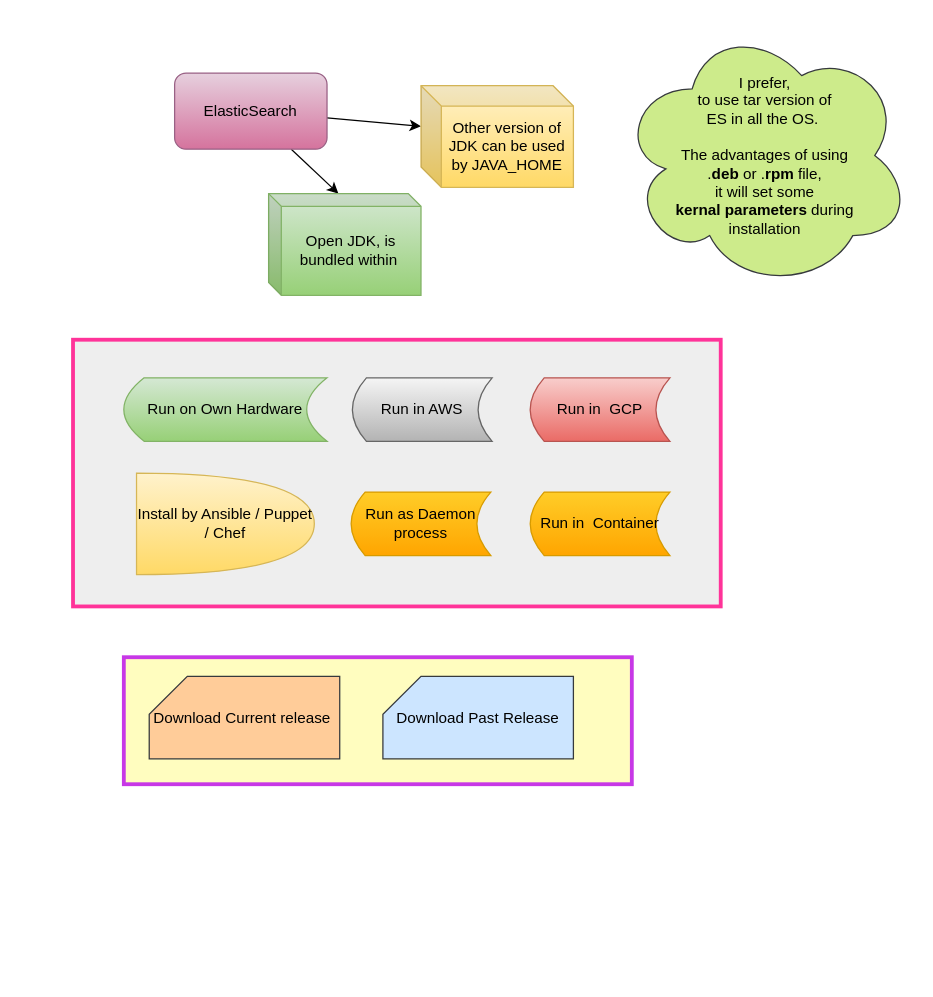
Above: page "SET up" (1 of 12) of My Articles/elastic stack/ElasticSearch Administration.drawio in paramothers/books (draw.io), before the change. Source tidied: cells renumbered, new cells numbered last; positions are measured from the earlier drawing's top-left corner, leaving out a move shared by most shapes. Both pictures are drawn from the tidied source at 127%, with x=0, y=0 at pixel (72, 22).
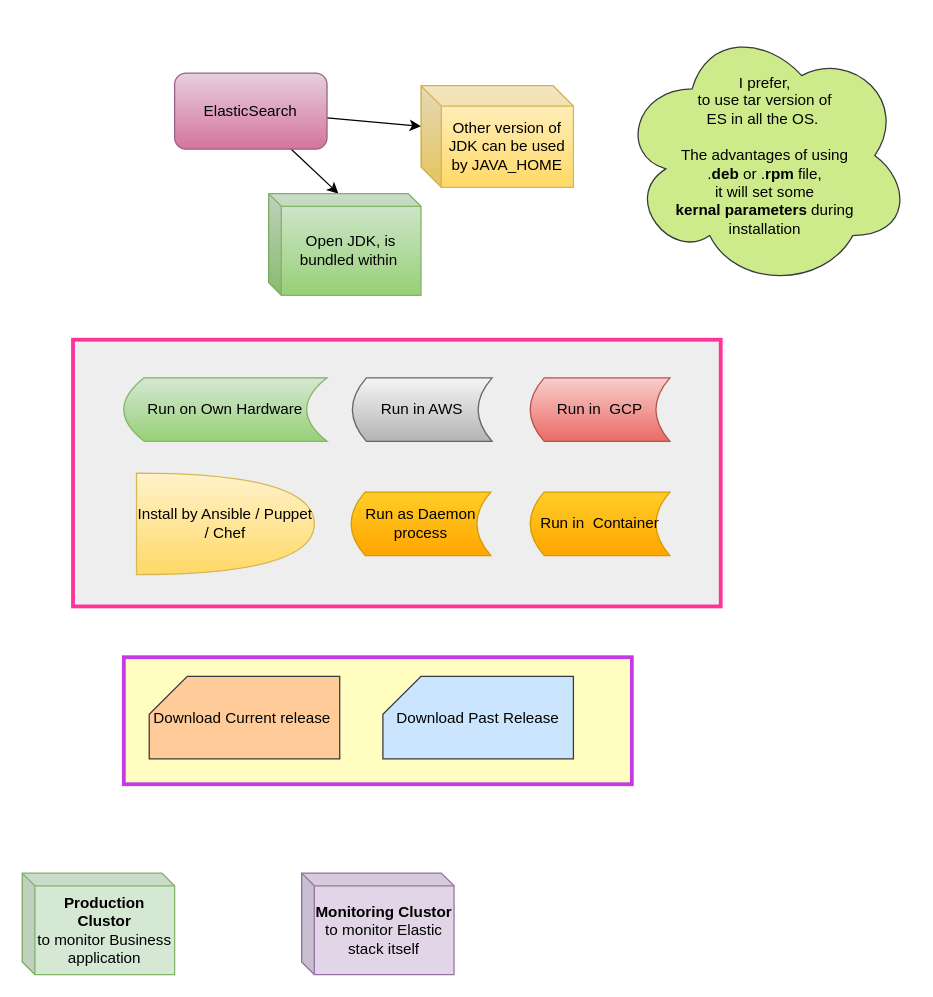
After the change.

The edit, as a diff of the source:
```diff
@@
 <mxGraphModel>
   <root>
     <mxCell id="0" />
     <mxCell id="1" parent="0" />
     <mxCell id="2" style="rounded=0;whiteSpace=wrap;html=1;strokeWidth=3;strokeColor=#C738E6;fillColor=#FFFDBF;" parent="1" vertex="1">
       <mxGeometry x="40" y="500" width="400" height="100" as="geometry" />
     </mxCell>
     <mxCell id="3" style="rounded=0;whiteSpace=wrap;html=1;fillColor=#eeeeee;strokeWidth=3;strokeColor=#FF3399;" parent="1" vertex="1">
       <mxGeometry y="250" width="510" height="210" as="geometry" />
     </mxCell>
     <mxCell id="4" style="rounded=0;jettySize=auto;html=1;entryX=0;entryY=0;entryDx=0;entryDy=32;entryPerimeter=0;" parent="1" edge="1" source="6" target="8">
       <mxGeometry relative="1" as="geometry" />
     </mxCell>
     <mxCell id="5" style="edgeStyle=none;rounded=0;jettySize=auto;html=1;entryX=0;entryY=0;entryDx=55;entryDy=0;entryPerimeter=0;" parent="1" edge="1" source="6" target="7">
       <mxGeometry relative="1" as="geometry" />
     </mxCell>
     <mxCell id="6" value="ElasticSearch" style="rounded=1;whiteSpace=wrap;html=1;gradientColor=#d5739d;fillColor=#e6d0de;strokeColor=#996185;" parent="1" vertex="1">
       <mxGeometry x="80" y="40" width="120" height="60" as="geometry" />
     </mxCell>
     <mxCell id="7" value="Open JDK, is bundled within&amp;nbsp;" style="shape=cube;whiteSpace=wrap;html=1;boundedLbl=1;backgroundOutline=1;darkOpacity=0.05;darkOpacity2=0.1;size=10;gradientColor=#97d077;fillColor=#d5e8d4;strokeColor=#82b366;" parent="1" vertex="1">
       <mxGeometry x="154" y="135" width="120" height="80" as="geometry" />
     </mxCell>
     <mxCell id="8" value="Other version of JDK can be used by JAVA_HOME" style="shape=cube;whiteSpace=wrap;html=1;boundedLbl=1;backgroundOutline=1;darkOpacity=0.05;darkOpacity2=0.1;size=16;gradientColor=#ffd966;fillColor=#fff2cc;strokeColor=#d6b656;" parent="1" vertex="1">
       <mxGeometry x="274" y="50" width="120" height="80" as="geometry" />
     </mxCell>
     <mxCell id="9" value="Run on Own Hardware" style="shape=dataStorage;whiteSpace=wrap;html=1;gradientColor=#97d077;fillColor=#d5e8d4;strokeColor=#82b366;" parent="1" vertex="1">
       <mxGeometry x="40" y="280" width="160" height="50" as="geometry" />
     </mxCell>
     <mxCell id="10" value="Run in AWS" style="shape=dataStorage;whiteSpace=wrap;html=1;gradientColor=#b3b3b3;fillColor=#f5f5f5;strokeColor=#666666;" parent="1" vertex="1">
       <mxGeometry x="220" y="280" width="110" height="50" as="geometry" />
     </mxCell>
     <mxCell id="11" value="Run in&amp;nbsp; GCP" style="shape=dataStorage;whiteSpace=wrap;html=1;gradientColor=#ea6b66;fillColor=#f8cecc;strokeColor=#b85450;" parent="1" vertex="1">
       <mxGeometry x="360" y="280" width="110" height="50" as="geometry" />
     </mxCell>
     <mxCell id="12" value="Install by Ansible / Puppet / Chef" style="shape=or;whiteSpace=wrap;html=1;gradientColor=#ffd966;fillColor=#fff2cc;strokeColor=#d6b656;" parent="1" vertex="1">
       <mxGeometry x="50" y="355" width="140" height="80" as="geometry" />
     </mxCell>
     <mxCell id="13" value="I prefer, &lt;br&gt;to use tar version of &lt;br&gt;ES in all the OS.&amp;nbsp; &lt;br&gt;&lt;br&gt;The advantages of using &lt;br&gt;.&lt;b&gt;deb&lt;/b&gt; or .&lt;b&gt;rpm&lt;/b&gt; file, &lt;br&gt;it will set some &lt;br&gt;&lt;b&gt;kernal parameters&lt;/b&gt; during &lt;br&gt;installation" style="ellipse;shape=cloud;whiteSpace=wrap;html=1;fillColor=#cdeb8b;strokeColor=#36393d;" parent="1" vertex="1">
       <mxGeometry x="430" width="230" height="210" as="geometry" />
     </mxCell>
     <mxCell id="14" value="Download Current release&amp;nbsp;" style="shape=card;whiteSpace=wrap;html=1;fillColor=#ffcc99;strokeColor=#36393d;" parent="1" vertex="1">
       <mxGeometry x="60" y="515" width="150" height="65" as="geometry" />
     </mxCell>
     <mxCell id="15" value="Download Past Release" style="shape=card;whiteSpace=wrap;html=1;fillColor=#cce5ff;strokeColor=#36393d;" parent="1" vertex="1">
       <mxGeometry x="244" y="515" width="150" height="65" as="geometry" />
     </mxCell>
     <mxCell id="16" value="Run in&amp;nbsp; Container" style="shape=dataStorage;whiteSpace=wrap;html=1;gradientColor=#ffa500;fillColor=#ffcd28;strokeColor=#d79b00;" parent="1" vertex="1">
       <mxGeometry x="360" y="370" width="110" height="50" as="geometry" />
     </mxCell>
     <mxCell id="17" value="Run as Daemon process" style="shape=dataStorage;whiteSpace=wrap;html=1;gradientColor=#ffa500;fillColor=#ffcd28;strokeColor=#d79b00;" parent="1" vertex="1">
       <mxGeometry x="219" y="370" width="110" height="50" as="geometry" />
     </mxCell>
+    <mxCell id="18" value="&lt;b&gt;Production Clustor&lt;/b&gt; &lt;br&gt;to monitor Business application" style="shape=cube;whiteSpace=wrap;html=1;boundedLbl=1;backgroundOutline=1;darkOpacity=0.05;darkOpacity2=0.1;size=10;fillColor=#d5e8d4;strokeColor=#82b366;" parent="1" vertex="1">
+      <mxGeometry x="-40" y="670" width="120" height="80" as="geometry" />
+    </mxCell>
+    <mxCell id="19" value="&lt;b&gt;Monitoring Clustor&lt;/b&gt; &lt;br&gt;to monitor Elastic stack itself" style="shape=cube;whiteSpace=wrap;html=1;boundedLbl=1;backgroundOutline=1;darkOpacity=0.05;darkOpacity2=0.1;size=10;fillColor=#e1d5e7;strokeColor=#9673a6;" parent="1" vertex="1">
+      <mxGeometry x="180" y="670" width="120" height="80" as="geometry" />
+    </mxCell>
   </root>
 </mxGraphModel>
```
